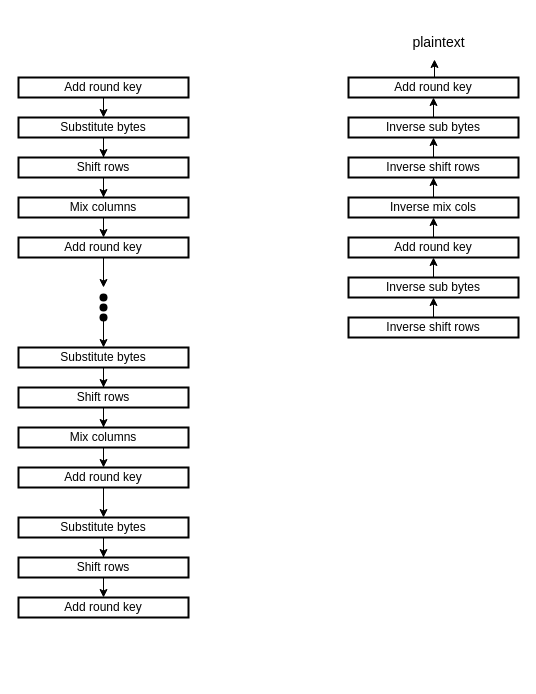
Before: AES cypher.drawio in pustvts/pustvts-info, a draw.io diagram. Source tidied: cells renumbered, new cells numbered last; positions are measured from the earlier drawing's top-left corner, leaving out a move shared by most shapes. Both pictures are drawn from the tidied source at 100%, with x=0, y=0 at pixel (18, 17).
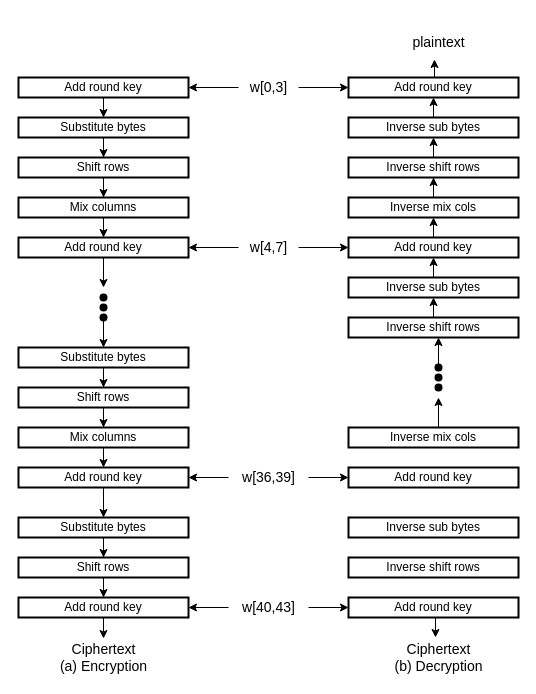
After the change.

Unchanged cells that the change refers to:
```xml
<mxCell id="3" value="Add round key" style="rounded=0;whiteSpace=wrap;html=1;strokeWidth=2;" parent="1" vertex="1">
  <mxGeometry y="60" width="170" height="20" as="geometry" />
</mxCell>
<mxCell id="11" value="Add round key" style="rounded=0;whiteSpace=wrap;html=1;strokeWidth=2;" parent="1" vertex="1">
  <mxGeometry y="220" width="170" height="20" as="geometry" />
</mxCell>
<mxCell id="23" value="Add round key" style="rounded=0;whiteSpace=wrap;html=1;strokeWidth=2;" parent="1" vertex="1">
  <mxGeometry y="450" width="170" height="20" as="geometry" />
</mxCell>
<mxCell id="29" value="Add round key" style="rounded=0;whiteSpace=wrap;html=1;strokeWidth=2;" parent="1" vertex="1">
  <mxGeometry y="580" width="170" height="20" as="geometry" />
</mxCell>
<mxCell id="31" value="Add round key" style="rounded=0;whiteSpace=wrap;html=1;strokeWidth=2;" parent="1" vertex="1">
  <mxGeometry x="330" y="60" width="170" height="20" as="geometry" />
</mxCell>
<mxCell id="39" value="Add round key" style="rounded=0;whiteSpace=wrap;html=1;strokeWidth=2;" parent="1" vertex="1">
  <mxGeometry x="330" y="220" width="170" height="20" as="geometry" />
</mxCell>
```

Diff of the diagram source:
```diff
@@
+    <mxCell id="45" style="edgeStyle=orthogonalEdgeStyle;rounded=0;jettySize=auto;html=1;exitX=0.5;exitY=1;exitDx=0;exitDy=0;entryX=0.5;entryY=0.025;entryDx=0;entryDy=0;entryPerimeter=0;fontSize=14;" parent="1" edge="1" source="29" target="58">
+      <mxGeometry relative="1" as="geometry" />
+    </mxCell>
@@
+    <mxCell id="46" style="edgeStyle=orthogonalEdgeStyle;rounded=0;jettySize=auto;html=1;exitX=0.5;exitY=1;exitDx=0;exitDy=0;entryX=0.475;entryY=0;entryDx=0;entryDy=0;entryPerimeter=0;fontSize=14;" parent="1" edge="1" source="47" target="59">
+      <mxGeometry relative="1" as="geometry" />
+    </mxCell>
+    <mxCell id="47" value="Add round key" style="rounded=0;whiteSpace=wrap;html=1;strokeWidth=2;" parent="1" vertex="1">
+      <mxGeometry x="330" y="580" width="170" height="20" as="geometry" />
+    </mxCell>
+    <mxCell id="48" value="Inverse shift rows" style="rounded=0;whiteSpace=wrap;html=1;strokeWidth=2;" parent="1" vertex="1">
+      <mxGeometry x="330" y="540" width="170" height="20" as="geometry" />
+    </mxCell>
+    <mxCell id="49" value="Inverse sub bytes" style="rounded=0;whiteSpace=wrap;html=1;strokeWidth=2;" parent="1" vertex="1">
+      <mxGeometry x="330" y="500" width="170" height="20" as="geometry" />
+    </mxCell>
+    <mxCell id="50" value="Add round key" style="rounded=0;whiteSpace=wrap;html=1;strokeWidth=2;" parent="1" vertex="1">
+      <mxGeometry x="330" y="450" width="170" height="20" as="geometry" />
+    </mxCell>
+    <mxCell id="51" value="Inverse mix cols" style="rounded=0;whiteSpace=wrap;html=1;strokeWidth=2;" parent="1" vertex="1">
+      <mxGeometry x="330" y="410" width="170" height="20" as="geometry" />
+    </mxCell>
+    <mxCell id="52" style="edgeStyle=orthogonalEdgeStyle;rounded=0;orthogonalLoop=1;jettySize=auto;html=1;exitX=0.5;exitY=1;exitDx=0;exitDy=0;" parent="1" edge="1">
+      <mxGeometry relative="1" as="geometry">
+        <mxPoint x="420" y="350" as="sourcePoint" />
+        <mxPoint x="420" y="320" as="targetPoint" />
+      </mxGeometry>
+    </mxCell>
+    <mxCell id="53" style="group;" parent="1" vertex="1">
+      <mxGeometry x="400" y="330" width="40" height="60" as="geometry" />
+    </mxCell>
+    <mxCell id="54" style="shape=waypoint;sketch=0;size=6;fillColor=none;perimeter=centerPerimeter;fontSize=25;strokeColor=default;strokeWidth=2;" parent="53" vertex="1">
+      <mxGeometry width="40" height="40" as="geometry" />
+    </mxCell>
+    <mxCell id="55" style="shape=waypoint;sketch=0;size=6;fillColor=none;perimeter=centerPerimeter;fontSize=25;strokeColor=default;strokeWidth=2;" parent="53" vertex="1">
+      <mxGeometry y="10" width="40" height="40" as="geometry" />
+    </mxCell>
+    <mxCell id="56" style="shape=waypoint;sketch=0;size=6;fillColor=none;perimeter=centerPerimeter;fontSize=25;strokeColor=default;strokeWidth=2;" parent="53" vertex="1">
+      <mxGeometry y="20" width="40" height="40" as="geometry" />
+    </mxCell>
+    <mxCell id="57" style="edgeStyle=orthogonalEdgeStyle;rounded=0;orthogonalLoop=1;jettySize=auto;html=1;exitX=0.375;exitY=1;exitDx=0;exitDy=0;fontSize=25;exitPerimeter=0;" parent="1" edge="1">
+      <mxGeometry relative="1" as="geometry">
+        <mxPoint x="420" y="410" as="sourcePoint" />
+        <mxPoint x="420" y="380" as="targetPoint" />
+      </mxGeometry>
+    </mxCell>
+    <mxCell id="58" value="Ciphertext&lt;br&gt;(a) Encryption" style="text;html=1;align=center;verticalAlign=middle;points=[];strokeColor=none;fillColor=none;fontSize=14;" parent="1" vertex="1">
+      <mxGeometry x="25" y="620" width="120" height="40" as="geometry" />
+    </mxCell>
+    <mxCell id="59" value="Ciphertext&lt;br&gt;(b) Decryption" style="text;html=1;align=center;verticalAlign=middle;points=[];strokeColor=none;fillColor=none;fontSize=14;" parent="1" vertex="1">
+      <mxGeometry x="360" y="620" width="120" height="40" as="geometry" />
+    </mxCell>
+    <mxCell id="60" style="edgeStyle=orthogonalEdgeStyle;rounded=0;jettySize=auto;html=1;fontSize=14;" parent="1" edge="1" source="62" target="23">
+      <mxGeometry relative="1" as="geometry" />
+    </mxCell>
+    <mxCell id="61" style="edgeStyle=orthogonalEdgeStyle;rounded=0;jettySize=auto;html=1;entryX=0;entryY=0.5;entryDx=0;entryDy=0;fontSize=14;" parent="1" edge="1" source="62" target="50">
+      <mxGeometry relative="1" as="geometry" />
+    </mxCell>
+    <mxCell id="62" value="w[36,39]" style="text;html=1;align=center;verticalAlign=middle;points=[];strokeColor=none;fillColor=none;fontSize=14;" parent="1" vertex="1">
+      <mxGeometry x="210" y="450" width="80" height="20" as="geometry" />
+    </mxCell>
+    <mxCell id="63" style="edgeStyle=orthogonalEdgeStyle;rounded=0;jettySize=auto;html=1;entryX=1;entryY=0.5;entryDx=0;entryDy=0;fontSize=14;" parent="1" edge="1" source="65" target="29">
+      <mxGeometry relative="1" as="geometry" />
+    </mxCell>
+    <mxCell id="64" style="edgeStyle=orthogonalEdgeStyle;rounded=0;jettySize=auto;html=1;entryX=0;entryY=0.5;entryDx=0;entryDy=0;fontSize=14;" parent="1" edge="1" source="65" target="47">
+      <mxGeometry relative="1" as="geometry" />
+    </mxCell>
+    <mxCell id="65" value="w[40,43]" style="text;html=1;align=center;verticalAlign=middle;points=[];strokeColor=none;fillColor=none;fontSize=14;" parent="1" vertex="1">
+      <mxGeometry x="210" y="580" width="80" height="20" as="geometry" />
+    </mxCell>
+    <mxCell id="66" style="edgeStyle=orthogonalEdgeStyle;rounded=0;jettySize=auto;html=1;entryX=1;entryY=0.5;entryDx=0;entryDy=0;fontSize=14;" parent="1" edge="1" source="68" target="11">
+      <mxGeometry relative="1" as="geometry" />
+    </mxCell>
+    <mxCell id="67" style="edgeStyle=orthogonalEdgeStyle;rounded=0;jettySize=auto;html=1;entryX=0;entryY=0.5;entryDx=0;entryDy=0;fontSize=14;" parent="1" edge="1" source="68" target="39">
+      <mxGeometry relative="1" as="geometry" />
+    </mxCell>
+    <mxCell id="68" value="w[4,7]" style="text;html=1;align=center;verticalAlign=middle;points=[];strokeColor=none;fillColor=none;fontSize=14;" parent="1" vertex="1">
+      <mxGeometry x="220" y="220" width="60" height="20" as="geometry" />
+    </mxCell>
+    <mxCell id="69" style="edgeStyle=orthogonalEdgeStyle;rounded=0;jettySize=auto;html=1;entryX=1;entryY=0.5;entryDx=0;entryDy=0;fontSize=14;" parent="1" edge="1" source="71" target="3">
+      <mxGeometry relative="1" as="geometry" />
+    </mxCell>
+    <mxCell id="70" style="edgeStyle=orthogonalEdgeStyle;rounded=0;jettySize=auto;html=1;entryX=0;entryY=0.5;entryDx=0;entryDy=0;fontSize=14;" parent="1" edge="1" source="71" target="31">
+      <mxGeometry relative="1" as="geometry" />
+    </mxCell>
+    <mxCell id="71" value="w[0,3]" style="text;html=1;align=center;verticalAlign=middle;points=[];strokeColor=none;fillColor=none;fontSize=14;" parent="1" vertex="1">
+      <mxGeometry x="220" y="60" width="60" height="20" as="geometry" />
+    </mxCell>
```
